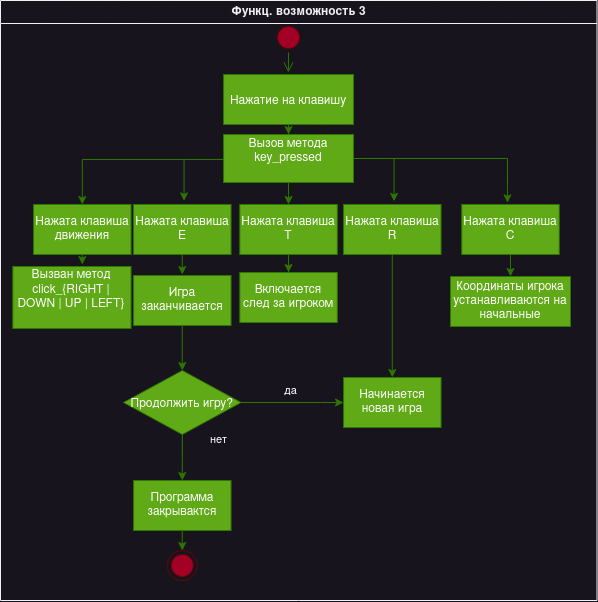
The draw.io diagram doc/UML_AD_3.drawio.png in Alyoksi/Labyrinth, before a commit. Source tidied: cells renumbered, new cells last; positions are measured from the earlier drawing's top-left corner, leaving out a move shared by most shapes. Its diagram source:
```xml
<mxGraphModel>
  <root>
    <mxCell id="0" />
    <mxCell id="1" parent="0" />
    <mxCell id="2" value="Функц. возможность 3" style="swimlane;whiteSpace=wrap;" parent="1" vertex="1">
      <mxGeometry width="596.5" height="600" as="geometry" />
    </mxCell>
    <mxCell id="3" style="ellipse;shape=startState;fillColor=#a20025;strokeColor=#6F0000;fontColor=#ffffff;" parent="2" vertex="1">
      <mxGeometry x="273" y="22" width="30" height="30" as="geometry" />
    </mxCell>
    <mxCell id="4" style="edgeStyle=elbowEdgeStyle;elbow=horizontal;verticalAlign=bottom;endArrow=open;endSize=8;strokeColor=#2D7600;endFill=1;rounded=0;fillColor=#60a917;" parent="2" edge="1" source="3">
      <mxGeometry x="251" y="-106" as="geometry">
        <mxPoint x="288" y="72" as="targetPoint" />
      </mxGeometry>
    </mxCell>
    <mxCell id="5" style="edgeStyle=orthogonalEdgeStyle;rounded=0;jettySize=auto;html=1;fillColor=#60a917;strokeColor=#2D7600;fontColor=#050F24;" parent="2" edge="1" source="6" target="12">
      <mxGeometry relative="1" as="geometry" />
    </mxCell>
    <mxCell id="6" value="Нажатие на клавишу" style="fillColor=#60a917;strokeColor=#2D7600;fontColor=#ffffff;" parent="2" vertex="1">
      <mxGeometry x="223" y="74" width="130" height="50" as="geometry" />
    </mxCell>
    <mxCell id="7" style="edgeStyle=orthogonalEdgeStyle;rounded=0;jettySize=auto;html=1;entryX=0.5;entryY=0;entryDx=0;entryDy=0;fillColor=#60a917;strokeColor=#2D7600;fontColor=#050F24;" parent="2" edge="1" source="12" target="14">
      <mxGeometry relative="1" as="geometry">
        <Array as="points">
          <mxPoint x="81.5" y="159" />
        </Array>
      </mxGeometry>
    </mxCell>
    <mxCell id="8" style="edgeStyle=orthogonalEdgeStyle;rounded=0;jettySize=auto;html=1;entryX=0.511;entryY=-0.069;entryDx=0;entryDy=0;entryPerimeter=0;fillColor=#60a917;strokeColor=#2D7600;fontColor=#050F24;" parent="2" edge="1" source="12" target="16">
      <mxGeometry relative="1" as="geometry">
        <Array as="points">
          <mxPoint x="183.5" y="159" />
          <mxPoint x="183.5" y="201" />
        </Array>
      </mxGeometry>
    </mxCell>
    <mxCell id="9" style="edgeStyle=orthogonalEdgeStyle;rounded=0;jettySize=auto;html=1;entryX=0.5;entryY=0;entryDx=0;entryDy=0;fillColor=#60a917;strokeColor=#2D7600;fontColor=#050F24;" parent="2" edge="1" source="12" target="18">
      <mxGeometry relative="1" as="geometry">
        <Array as="points">
          <mxPoint x="288.5" y="194" />
          <mxPoint x="288.5" y="194" />
        </Array>
      </mxGeometry>
    </mxCell>
    <mxCell id="10" style="edgeStyle=orthogonalEdgeStyle;rounded=0;jettySize=auto;html=1;entryX=0.553;entryY=-0.034;entryDx=0;entryDy=0;entryPerimeter=0;fillColor=#60a917;strokeColor=#2D7600;fontColor=#050F24;" parent="2" edge="1" source="12">
      <mxGeometry relative="1" as="geometry">
        <mxPoint x="507" y="202.3" as="targetPoint" />
        <Array as="points">
          <mxPoint x="506.5" y="158" />
        </Array>
      </mxGeometry>
    </mxCell>
    <mxCell id="11" style="edgeStyle=orthogonalEdgeStyle;rounded=0;jettySize=auto;html=1;entryX=0.528;entryY=-0.062;entryDx=0;entryDy=0;entryPerimeter=0;fillColor=#60a917;strokeColor=#2D7600;fontColor=#050F24;" parent="2" edge="1" source="12" target="20">
      <mxGeometry relative="1" as="geometry">
        <Array as="points">
          <mxPoint x="393.5" y="158" />
          <mxPoint x="393.5" y="201" />
        </Array>
      </mxGeometry>
    </mxCell>
    <mxCell id="12" value="Вызов метода key_pressed&#10;" style="whiteSpace=wrap;fillColor=#60a917;strokeColor=#2D7600;fontColor=#ffffff;" parent="2" vertex="1">
      <mxGeometry x="223" y="134" width="130" height="48" as="geometry" />
    </mxCell>
    <mxCell id="13" style="edgeStyle=orthogonalEdgeStyle;rounded=0;jettySize=auto;html=1;fillColor=#60a917;strokeColor=#2D7600;fontColor=#050F24;" parent="2" edge="1" source="14">
      <mxGeometry relative="1" as="geometry">
        <mxPoint x="81.8" y="264" as="targetPoint" />
        <Array as="points">
          <mxPoint x="73.5" y="254" />
          <mxPoint x="73.5" y="254" />
        </Array>
      </mxGeometry>
    </mxCell>
    <mxCell id="14" value="Нажата клавиша движения" style="whiteSpace=wrap;fillColor=#60a917;strokeColor=#2D7600;fontColor=#ffffff;" parent="2" vertex="1">
      <mxGeometry x="33" y="204" width="97.5" height="50" as="geometry" />
    </mxCell>
    <mxCell id="15" style="edgeStyle=orthogonalEdgeStyle;rounded=0;jettySize=auto;html=1;entryX=0.5;entryY=0;entryDx=0;entryDy=0;fillColor=#60a917;strokeColor=#2D7600;" parent="2" edge="1" source="16" target="26">
      <mxGeometry relative="1" as="geometry" />
    </mxCell>
    <mxCell id="16" value="Нажата клавиша E" style="whiteSpace=wrap;fillColor=#60a917;strokeColor=#2D7600;fontColor=#ffffff;" parent="2" vertex="1">
      <mxGeometry x="133" y="204" width="97.5" height="50" as="geometry" />
    </mxCell>
    <mxCell id="17" style="edgeStyle=orthogonalEdgeStyle;rounded=0;jettySize=auto;html=1;fillColor=#60a917;strokeColor=#2D7600;fontColor=#050F24;" parent="2" edge="1" source="18" target="27">
      <mxGeometry relative="1" as="geometry" />
    </mxCell>
    <mxCell id="18" value="Нажата клавиша T" style="whiteSpace=wrap;fillColor=#60a917;strokeColor=#2D7600;fontColor=#ffffff;" parent="2" vertex="1">
      <mxGeometry x="239.3" y="204" width="97.5" height="50" as="geometry" />
    </mxCell>
    <mxCell id="19" style="edgeStyle=orthogonalEdgeStyle;rounded=0;jettySize=auto;html=1;fillColor=#60a917;strokeColor=#2D7600;" parent="2" edge="1" source="20" target="31">
      <mxGeometry relative="1" as="geometry" />
    </mxCell>
    <mxCell id="20" value="Нажата клавиша R" style="whiteSpace=wrap;fillColor=#60a917;strokeColor=#2D7600;fontColor=#ffffff;" parent="2" vertex="1">
      <mxGeometry x="343" y="204" width="97.5" height="50" as="geometry" />
    </mxCell>
    <mxCell id="21" style="edgeStyle=orthogonalEdgeStyle;rounded=0;jettySize=auto;html=1;fillColor=#60a917;strokeColor=#2D7600;fontColor=#050F24;" parent="2" edge="1" source="22" target="24">
      <mxGeometry relative="1" as="geometry" />
    </mxCell>
    <mxCell id="22" value="Нажата клавиша C" style="whiteSpace=wrap;fillColor=#60a917;strokeColor=#2D7600;fontColor=#ffffff;" parent="2" vertex="1">
      <mxGeometry x="461.2" y="204" width="97.5" height="50" as="geometry" />
    </mxCell>
    <mxCell id="23" value="Вызван метод click_{RIGHT | DOWN | UP | LEFT}&#10;" style="whiteSpace=wrap;fillColor=#60a917;strokeColor=#2D7600;fontColor=#ffffff;" parent="2" vertex="1">
      <mxGeometry x="12.3" y="266" width="118.2" height="62" as="geometry" />
    </mxCell>
    <mxCell id="24" value="Координаты игрока устанавливаются на начальные" style="whiteSpace=wrap;fillColor=#60a917;strokeColor=#2D7600;fontColor=#ffffff;" parent="2" vertex="1">
      <mxGeometry x="450" y="276" width="120" height="50" as="geometry" />
    </mxCell>
    <mxCell id="25" style="edgeStyle=orthogonalEdgeStyle;rounded=0;jettySize=auto;html=1;entryX=0.5;entryY=0;entryDx=0;entryDy=0;fillColor=#60a917;strokeColor=#2D7600;" parent="2" edge="1" source="26" target="30">
      <mxGeometry relative="1" as="geometry" />
    </mxCell>
    <mxCell id="26" value="Игра заканчивается" style="whiteSpace=wrap;fillColor=#60a917;strokeColor=#2D7600;fontColor=#ffffff;" parent="2" vertex="1">
      <mxGeometry x="133" y="275" width="97.5" height="50" as="geometry" />
    </mxCell>
    <mxCell id="27" value="Включается след за игроком" style="whiteSpace=wrap;fillColor=#60a917;strokeColor=#2D7600;fontColor=#ffffff;" parent="2" vertex="1">
      <mxGeometry x="239.3" y="272" width="97.5" height="50" as="geometry" />
    </mxCell>
    <mxCell id="28" value="&lt;div&gt;&lt;font color=&quot;#ffffff&quot;&gt;да&lt;/font&gt;&lt;/div&gt;" style="edgeStyle=orthogonalEdgeStyle;rounded=0;orthogonalLoop=1;jettySize=auto;html=1;fillColor=#60a917;strokeColor=#2D7600;fontColor=#050F24;" parent="2" edge="1">
      <mxGeometry y="12" relative="1" as="geometry">
        <mxPoint x="236.9" y="402" as="sourcePoint" />
        <mxPoint x="343" y="402" as="targetPoint" />
        <Array as="points">
          <mxPoint x="320" y="402" />
          <mxPoint x="320" y="402" />
        </Array>
      </mxGeometry>
    </mxCell>
    <mxCell id="29" value="&lt;font color=&quot;#ffffff&quot;&gt;нет&lt;/font&gt;" style="edgeStyle=orthogonalEdgeStyle;rounded=0;jettySize=auto;html=1;fillColor=#60a917;strokeColor=#2D7600;fontColor=#050F24;" parent="2" edge="1" source="30" target="33">
      <mxGeometry y="-18" relative="1" as="geometry">
        <mxPoint x="36" as="offset" />
      </mxGeometry>
    </mxCell>
    <mxCell id="30" value="Продолжить игру?" style="rhombus;fillColor=#60a917;strokeColor=#2D7600;fontColor=#ffffff;" parent="2" vertex="1">
      <mxGeometry x="123" y="370" width="117.6" height="64" as="geometry" />
    </mxCell>
    <mxCell id="31" value="Начинается новая игра" style="whiteSpace=wrap;fillColor=#60a917;strokeColor=#2D7600;fontColor=#ffffff;" parent="2" vertex="1">
      <mxGeometry x="343" y="377" width="97.5" height="50" as="geometry" />
    </mxCell>
    <mxCell id="32" style="edgeStyle=orthogonalEdgeStyle;rounded=0;jettySize=auto;html=1;fillColor=#60a917;strokeColor=#2D7600;" parent="2" edge="1" source="33" target="34">
      <mxGeometry relative="1" as="geometry" />
    </mxCell>
    <mxCell id="33" value="Программа закрывактся" style="whiteSpace=wrap;fillColor=#60a917;strokeColor=#2D7600;fontColor=#ffffff;" parent="2" vertex="1">
      <mxGeometry x="133" y="480" width="97.5" height="50" as="geometry" />
    </mxCell>
    <mxCell id="34" style="ellipse;shape=endState;fillColor=#a20025;strokeColor=#6F0000;fontColor=#ffffff;" parent="2" vertex="1">
      <mxGeometry x="166.8" y="550" width="30" height="30" as="geometry" />
    </mxCell>
  </root>
</mxGraphModel>
```
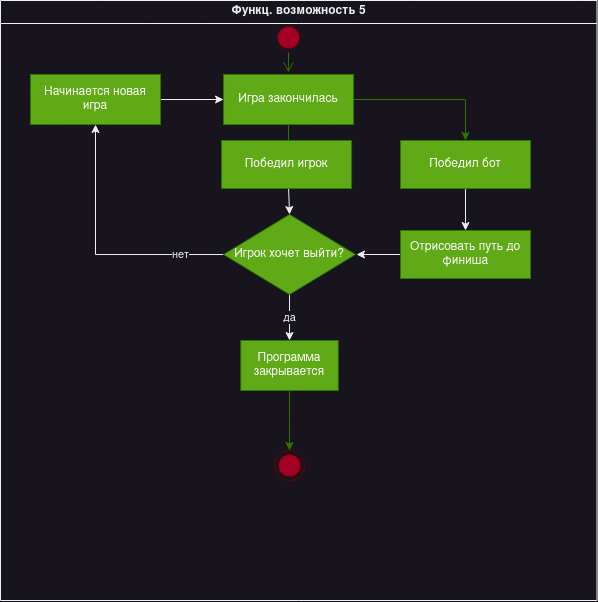
After the commit.

Diff of the diagram source:
```diff
@@ -2,10 +2,10 @@
   <root>
     <mxCell id="0" />
     <mxCell id="1" parent="0" />
-    <mxCell id="2" value="Функц. возможность 3" style="swimlane;whiteSpace=wrap;" parent="1" vertex="1">
+    <mxCell id="2" value="Функц. возможность 5" style="swimlane;whiteSpace=wrap;" parent="1" vertex="1">
       <mxGeometry width="596.5" height="600" as="geometry" />
     </mxCell>
-    <mxCell id="3" style="ellipse;shape=startState;fillColor=#a20025;strokeColor=#6F0000;fontColor=#ffffff;" parent="2" vertex="1">
+    <mxCell id="3" style="ellipse;shape=startState;fillColor=#a20025;strokeColor=#6F0000;fontColor=#ffffff;whiteSpace=wrap;" parent="2" vertex="1">
       <mxGeometry x="273" y="22" width="30" height="30" as="geometry" />
     </mxCell>
     <mxCell id="4" style="edgeStyle=elbowEdgeStyle;elbow=horizontal;verticalAlign=bottom;endArrow=open;endSize=8;strokeColor=#2D7600;endFill=1;rounded=0;fillColor=#60a917;" parent="2" edge="1" source="3">
@@ -16,131 +16,59 @@
     <mxCell id="5" style="edgeStyle=orthogonalEdgeStyle;rounded=0;jettySize=auto;html=1;fillColor=#60a917;strokeColor=#2D7600;fontColor=#050F24;" parent="2" edge="1" source="6" target="12">
       <mxGeometry relative="1" as="geometry" />
     </mxCell>
+    <mxCell id="35" style="edgeStyle=orthogonalEdgeStyle;rounded=0;jettySize=auto;html=1;entryX=0.5;entryY=0;entryDx=0;entryDy=0;fillColor=#60a917;strokeColor=#2D7600;" parent="2" edge="1" source="6" target="38">
+      <mxGeometry relative="1" as="geometry" />
+    </mxCell>
-    <mxCell id="6" value="Нажатие на клавишу" style="fillColor=#60a917;strokeColor=#2D7600;fontColor=#ffffff;" parent="2" vertex="1">
+    <mxCell id="6" value="Игра закончилась" style="fillColor=#60a917;strokeColor=#2D7600;fontColor=#ffffff;whiteSpace=wrap;" parent="2" vertex="1">
       <mxGeometry x="223" y="74" width="130" height="50" as="geometry" />
     </mxCell>
-    <mxCell id="7" style="edgeStyle=orthogonalEdgeStyle;rounded=0;jettySize=auto;html=1;entryX=0.5;entryY=0;entryDx=0;entryDy=0;fillColor=#60a917;strokeColor=#2D7600;fontColor=#050F24;" parent="2" edge="1" source="12" target="14">
-      <mxGeometry relative="1" as="geometry">
-        <Array as="points">
-          <mxPoint x="81.5" y="159" />
-        </Array>
-      </mxGeometry>
-    </mxCell>
-    <mxCell id="8" style="edgeStyle=orthogonalEdgeStyle;rounded=0;jettySize=auto;html=1;entryX=0.511;entryY=-0.069;entryDx=0;entryDy=0;entryPerimeter=0;fillColor=#60a917;strokeColor=#2D7600;fontColor=#050F24;" parent="2" edge="1" source="12" target="16">
-      <mxGeometry relative="1" as="geometry">
-        <Array as="points">
-          <mxPoint x="183.5" y="159" />
-          <mxPoint x="183.5" y="201" />
-        </Array>
-      </mxGeometry>
-    </mxCell>
-    <mxCell id="9" style="edgeStyle=orthogonalEdgeStyle;rounded=0;jettySize=auto;html=1;entryX=0.5;entryY=0;entryDx=0;entryDy=0;fillColor=#60a917;strokeColor=#2D7600;fontColor=#050F24;" parent="2" edge="1" source="12" target="18">
-      <mxGeometry relative="1" as="geometry">
-        <Array as="points">
-          <mxPoint x="288.5" y="194" />
-          <mxPoint x="288.5" y="194" />
-        </Array>
-      </mxGeometry>
-    </mxCell>
-    <mxCell id="10" style="edgeStyle=orthogonalEdgeStyle;rounded=0;jettySize=auto;html=1;entryX=0.553;entryY=-0.034;entryDx=0;entryDy=0;entryPerimeter=0;fillColor=#60a917;strokeColor=#2D7600;fontColor=#050F24;" parent="2" edge="1" source="12">
-      <mxGeometry relative="1" as="geometry">
-        <mxPoint x="507" y="202.3" as="targetPoint" />
-        <Array as="points">
-          <mxPoint x="506.5" y="158" />
-        </Array>
-      </mxGeometry>
-    </mxCell>
-    <mxCell id="11" style="edgeStyle=orthogonalEdgeStyle;rounded=0;jettySize=auto;html=1;entryX=0.528;entryY=-0.062;entryDx=0;entryDy=0;entryPerimeter=0;fillColor=#60a917;strokeColor=#2D7600;fontColor=#050F24;" parent="2" edge="1" source="12" target="20">
-      <mxGeometry relative="1" as="geometry">
-        <Array as="points">
-          <mxPoint x="393.5" y="158" />
-          <mxPoint x="393.5" y="201" />
-        </Array>
-      </mxGeometry>
-    </mxCell>
+    <mxCell id="36" style="edgeStyle=orthogonalEdgeStyle;rounded=0;jettySize=auto;html=1;entryX=0.5;entryY=0;entryDx=0;entryDy=0;" parent="2" edge="1" source="12" target="40">
+      <mxGeometry relative="1" as="geometry" />
+    </mxCell>
-    <mxCell id="12" value="Вызов метода key_pressed&#10;" style="whiteSpace=wrap;fillColor=#60a917;strokeColor=#2D7600;fontColor=#ffffff;" parent="2" vertex="1">
-      <mxGeometry x="223" y="134" width="130" height="48" as="geometry" />
+    <mxCell id="12" value="Победил бот" style="whiteSpace=wrap;fillColor=#60a917;strokeColor=#2D7600;fontColor=#ffffff;" parent="2" vertex="1">
+      <mxGeometry x="400" y="140" width="130" height="48" as="geometry" />
     </mxCell>
-    <mxCell id="13" style="edgeStyle=orthogonalEdgeStyle;rounded=0;jettySize=auto;html=1;fillColor=#60a917;strokeColor=#2D7600;fontColor=#050F24;" parent="2" edge="1" source="14">
-      <mxGeometry relative="1" as="geometry">
-        <mxPoint x="81.8" y="264" as="targetPoint" />
-        <Array as="points">
-          <mxPoint x="73.5" y="254" />
-          <mxPoint x="73.5" y="254" />
-        </Array>
-      </mxGeometry>
-    </mxCell>
-    <mxCell id="14" value="Нажата клавиша движения" style="whiteSpace=wrap;fillColor=#60a917;strokeColor=#2D7600;fontColor=#ffffff;" parent="2" vertex="1">
-      <mxGeometry x="33" y="204" width="97.5" height="50" as="geometry" />
-    </mxCell>
-    <mxCell id="15" style="edgeStyle=orthogonalEdgeStyle;rounded=0;jettySize=auto;html=1;entryX=0.5;entryY=0;entryDx=0;entryDy=0;fillColor=#60a917;strokeColor=#2D7600;" parent="2" edge="1" source="16" target="26">
-      <mxGeometry relative="1" as="geometry" />
-    </mxCell>
-    <mxCell id="16" value="Нажата клавиша E" style="whiteSpace=wrap;fillColor=#60a917;strokeColor=#2D7600;fontColor=#ffffff;" parent="2" vertex="1">
-      <mxGeometry x="133" y="204" width="97.5" height="50" as="geometry" />
-    </mxCell>
-    <mxCell id="17" style="edgeStyle=orthogonalEdgeStyle;rounded=0;jettySize=auto;html=1;fillColor=#60a917;strokeColor=#2D7600;fontColor=#050F24;" parent="2" edge="1" source="18" target="27">
-      <mxGeometry relative="1" as="geometry" />
-    </mxCell>
-    <mxCell id="18" value="Нажата клавиша T" style="whiteSpace=wrap;fillColor=#60a917;strokeColor=#2D7600;fontColor=#ffffff;" parent="2" vertex="1">
-      <mxGeometry x="239.3" y="204" width="97.5" height="50" as="geometry" />
-    </mxCell>
-    <mxCell id="19" style="edgeStyle=orthogonalEdgeStyle;rounded=0;jettySize=auto;html=1;fillColor=#60a917;strokeColor=#2D7600;" parent="2" edge="1" source="20" target="31">
-      <mxGeometry relative="1" as="geometry" />
-    </mxCell>
-    <mxCell id="20" value="Нажата клавиша R" style="whiteSpace=wrap;fillColor=#60a917;strokeColor=#2D7600;fontColor=#ffffff;" parent="2" vertex="1">
-      <mxGeometry x="343" y="204" width="97.5" height="50" as="geometry" />
-    </mxCell>
-    <mxCell id="21" style="edgeStyle=orthogonalEdgeStyle;rounded=0;jettySize=auto;html=1;fillColor=#60a917;strokeColor=#2D7600;fontColor=#050F24;" parent="2" edge="1" source="22" target="24">
-      <mxGeometry relative="1" as="geometry" />
-    </mxCell>
-    <mxCell id="22" value="Нажата клавиша C" style="whiteSpace=wrap;fillColor=#60a917;strokeColor=#2D7600;fontColor=#ffffff;" parent="2" vertex="1">
-      <mxGeometry x="461.2" y="204" width="97.5" height="50" as="geometry" />
-    </mxCell>
-    <mxCell id="23" value="Вызван метод click_{RIGHT | DOWN | UP | LEFT}&#10;" style="whiteSpace=wrap;fillColor=#60a917;strokeColor=#2D7600;fontColor=#ffffff;" parent="2" vertex="1">
-      <mxGeometry x="12.3" y="266" width="118.2" height="62" as="geometry" />
-    </mxCell>
-    <mxCell id="24" value="Координаты игрока устанавливаются на начальные" style="whiteSpace=wrap;fillColor=#60a917;strokeColor=#2D7600;fontColor=#ffffff;" parent="2" vertex="1">
-      <mxGeometry x="450" y="276" width="120" height="50" as="geometry" />
-    </mxCell>
-    <mxCell id="25" style="edgeStyle=orthogonalEdgeStyle;rounded=0;jettySize=auto;html=1;entryX=0.5;entryY=0;entryDx=0;entryDy=0;fillColor=#60a917;strokeColor=#2D7600;" parent="2" edge="1" source="26" target="30">
-      <mxGeometry relative="1" as="geometry" />
-    </mxCell>
-    <mxCell id="26" value="Игра заканчивается" style="whiteSpace=wrap;fillColor=#60a917;strokeColor=#2D7600;fontColor=#ffffff;" parent="2" vertex="1">
-      <mxGeometry x="133" y="275" width="97.5" height="50" as="geometry" />
-    </mxCell>
-    <mxCell id="27" value="Включается след за игроком" style="whiteSpace=wrap;fillColor=#60a917;strokeColor=#2D7600;fontColor=#ffffff;" parent="2" vertex="1">
-      <mxGeometry x="239.3" y="272" width="97.5" height="50" as="geometry" />
-    </mxCell>
-    <mxCell id="28" value="&lt;div&gt;&lt;font color=&quot;#ffffff&quot;&gt;да&lt;/font&gt;&lt;/div&gt;" style="edgeStyle=orthogonalEdgeStyle;rounded=0;orthogonalLoop=1;jettySize=auto;html=1;fillColor=#60a917;strokeColor=#2D7600;fontColor=#050F24;" parent="2" edge="1">
-      <mxGeometry y="12" relative="1" as="geometry">
-        <mxPoint x="236.9" y="402" as="sourcePoint" />
-        <mxPoint x="343" y="402" as="targetPoint" />
-        <Array as="points">
-          <mxPoint x="320" y="402" />
-          <mxPoint x="320" y="402" />
-        </Array>
-      </mxGeometry>
-    </mxCell>
-    <mxCell id="29" value="&lt;font color=&quot;#ffffff&quot;&gt;нет&lt;/font&gt;" style="edgeStyle=orthogonalEdgeStyle;rounded=0;jettySize=auto;html=1;fillColor=#60a917;strokeColor=#2D7600;fontColor=#050F24;" parent="2" edge="1" source="30" target="33">
-      <mxGeometry y="-18" relative="1" as="geometry">
-        <mxPoint x="36" as="offset" />
-      </mxGeometry>
-    </mxCell>
-    <mxCell id="30" value="Продолжить игру?" style="rhombus;fillColor=#60a917;strokeColor=#2D7600;fontColor=#ffffff;" parent="2" vertex="1">
-      <mxGeometry x="123" y="370" width="117.6" height="64" as="geometry" />
-    </mxCell>
-    <mxCell id="31" value="Начинается новая игра" style="whiteSpace=wrap;fillColor=#60a917;strokeColor=#2D7600;fontColor=#ffffff;" parent="2" vertex="1">
-      <mxGeometry x="343" y="377" width="97.5" height="50" as="geometry" />
-    </mxCell>
     <mxCell id="32" style="edgeStyle=orthogonalEdgeStyle;rounded=0;jettySize=auto;html=1;fillColor=#60a917;strokeColor=#2D7600;" parent="2" edge="1" source="33" target="34">
       <mxGeometry relative="1" as="geometry" />
     </mxCell>
-    <mxCell id="33" value="Программа закрывактся" style="whiteSpace=wrap;fillColor=#60a917;strokeColor=#2D7600;fontColor=#ffffff;" parent="2" vertex="1">
-      <mxGeometry x="133" y="480" width="97.5" height="50" as="geometry" />
+    <mxCell id="33" value="Программа закрывается" style="whiteSpace=wrap;fillColor=#60a917;strokeColor=#2D7600;fontColor=#ffffff;" parent="2" vertex="1">
+      <mxGeometry x="240.3" y="340" width="97.5" height="50" as="geometry" />
     </mxCell>
-    <mxCell id="34" style="ellipse;shape=endState;fillColor=#a20025;strokeColor=#6F0000;fontColor=#ffffff;" parent="2" vertex="1">
-      <mxGeometry x="166.8" y="550" width="30" height="30" as="geometry" />
+    <mxCell id="34" style="ellipse;shape=endState;fillColor=#a20025;strokeColor=#6F0000;fontColor=#ffffff;whiteSpace=wrap;" parent="2" vertex="1">
+      <mxGeometry x="274" y="450" width="30" height="30" as="geometry" />
     </mxCell>
+    <mxCell id="37" style="edgeStyle=orthogonalEdgeStyle;rounded=0;orthogonalLoop=1;jettySize=auto;html=1;entryX=0.5;entryY=0;entryDx=0;entryDy=0;" parent="2" edge="1">
+      <mxGeometry relative="1" as="geometry">
+        <mxPoint x="288.1" y="188" as="sourcePoint" />
+        <mxPoint x="289.1" y="214" as="targetPoint" />
+      </mxGeometry>
+    </mxCell>
+    <mxCell id="38" value="Победил игрок" style="whiteSpace=wrap;fillColor=#60a917;strokeColor=#2D7600;fontColor=#ffffff;" parent="2" vertex="1">
+      <mxGeometry x="221.1" y="140" width="130" height="48" as="geometry" />
+    </mxCell>
+    <mxCell id="39" style="edgeStyle=orthogonalEdgeStyle;rounded=0;orthogonalLoop=1;jettySize=auto;html=1;entryX=1;entryY=0.5;entryDx=0;entryDy=0;" parent="2" edge="1">
+      <mxGeometry relative="1" as="geometry">
+        <mxPoint x="401" y="254" as="sourcePoint" />
+        <mxPoint x="356" y="254" as="targetPoint" />
+      </mxGeometry>
+    </mxCell>
+    <mxCell id="40" value="Отрисовать путь до финиша" style="whiteSpace=wrap;fillColor=#60a917;strokeColor=#2D7600;fontColor=#ffffff;" parent="2" vertex="1">
+      <mxGeometry x="400" y="230" width="130" height="48" as="geometry" />
+    </mxCell>
+    <mxCell id="28" value="да" style="edgeStyle=orthogonalEdgeStyle;rounded=0;jettySize=auto;html=1;entryX=0.5;entryY=0;entryDx=0;entryDy=0;" parent="2" edge="1" source="41" target="33">
+      <mxGeometry relative="1" as="geometry" />
+    </mxCell>
+    <mxCell id="29" value="нет" style="edgeStyle=orthogonalEdgeStyle;rounded=0;jettySize=auto;html=1;entryX=0.5;entryY=1;entryDx=0;entryDy=0;" parent="2" edge="1" source="41" target="31">
+      <mxGeometry x="-0.67" relative="1" as="geometry" />
+    </mxCell>
+    <mxCell id="41" value="Игрок хочет выйти?" style="rhombus;whiteSpace=wrap;html=1;fillColor=#60a917;fontColor=#ffffff;strokeColor=#2D7600;" parent="2" vertex="1">
+      <mxGeometry x="223" y="214" width="132" height="80" as="geometry" />
+    </mxCell>
+    <mxCell id="42" style="edgeStyle=orthogonalEdgeStyle;rounded=0;jettySize=auto;html=1;entryX=0;entryY=0.5;entryDx=0;entryDy=0;" parent="2" edge="1" source="31" target="6">
+      <mxGeometry relative="1" as="geometry" />
+    </mxCell>
+    <mxCell id="31" value="Начинается новая игра" style="fillColor=#60a917;strokeColor=#2D7600;fontColor=#ffffff;whiteSpace=wrap;" parent="2" vertex="1">
+      <mxGeometry x="30" y="74" width="130" height="50" as="geometry" />
+    </mxCell>
   </root>
 </mxGraphModel>
```
